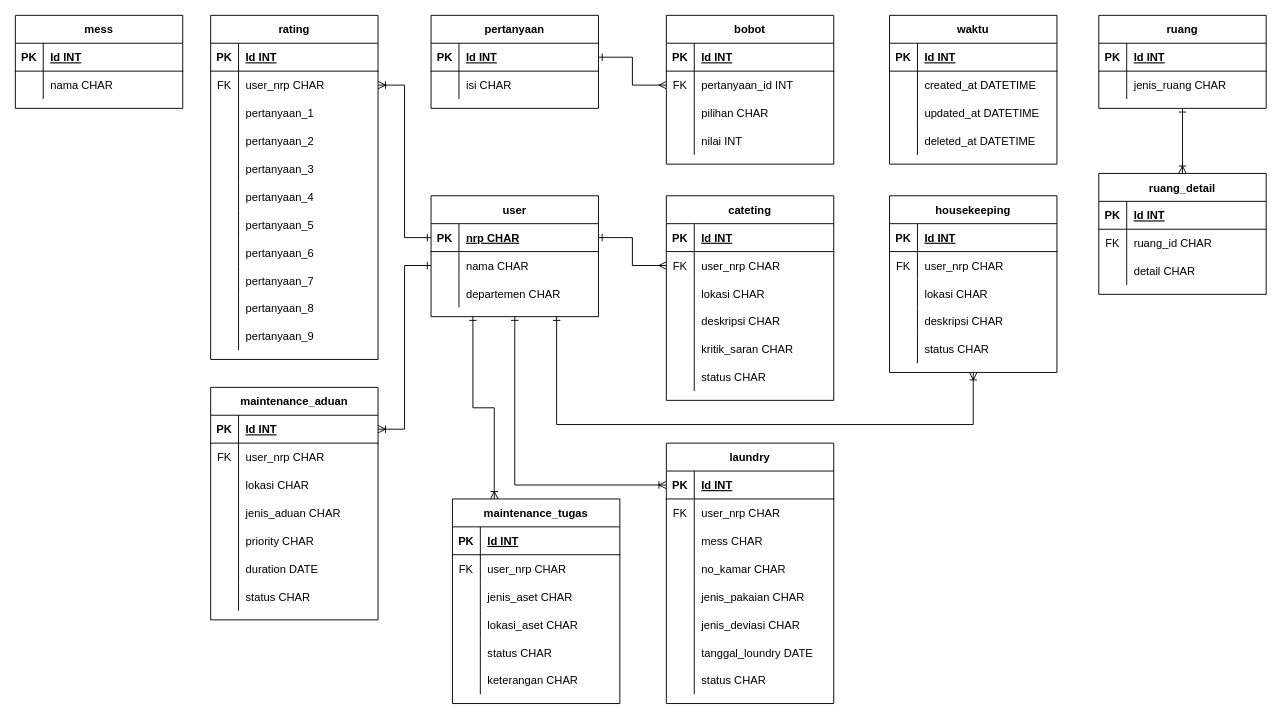
Earlier version of the draw.io diagram asa-project.drawio (kzen31/diagram). Source tidied: cells renumbered, new cells numbered last; positions are measured from the earlier drawing's top-left corner, leaving out a move shared by most shapes. Both pictures are drawn from the tidied source at 93%, with x=0, y=0 at pixel (15, 15).
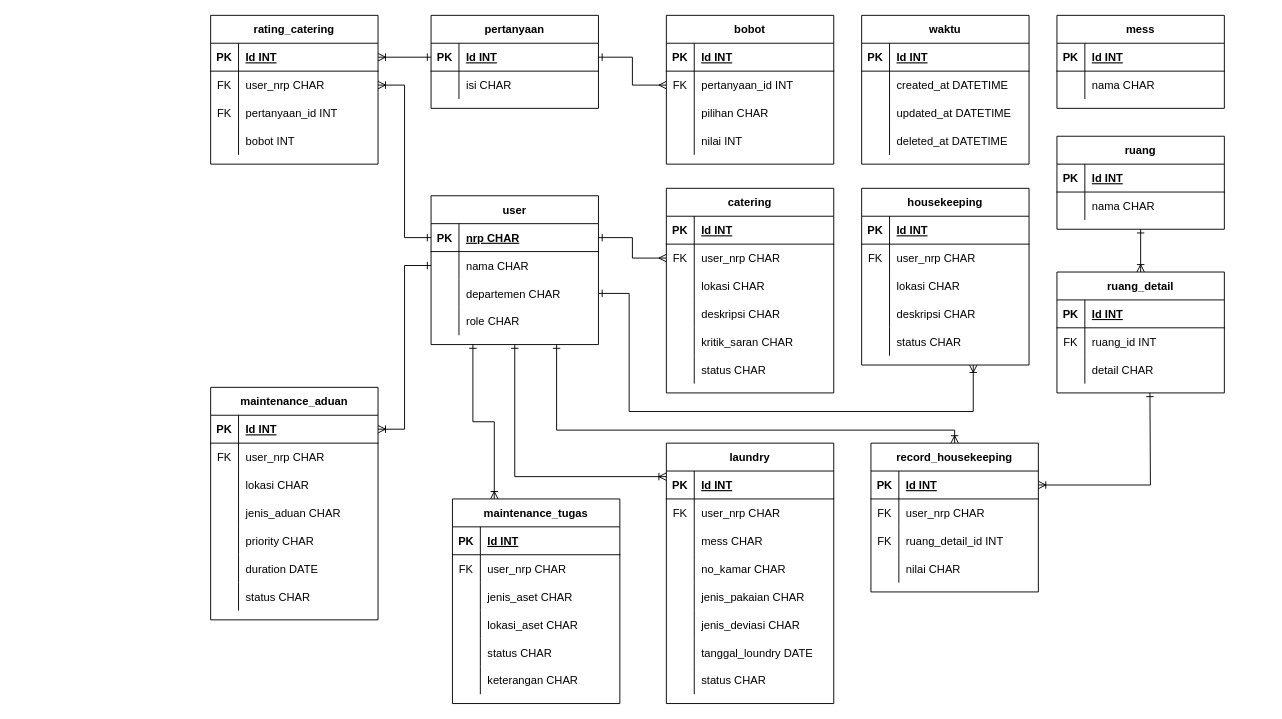
After the change.

The change refers to these unchanged cells:
```xml
<mxCell id="3" style="shape=tableRow;horizontal=0;startSize=0;swimlaneHead=0;swimlaneBody=0;fillColor=none;points=[[0,0.5],[1,0.5]];portConstraint=eastwest;top=0;left=0;right=0;bottom=1;" parent="2" vertex="1">
  <mxGeometry y="30" width="180" height="30" as="geometry" />
</mxCell>
<mxCell id="30" style="shape=tableRow;horizontal=0;startSize=0;swimlaneHead=0;swimlaneBody=0;fillColor=none;points=[[0,0.5],[1,0.5]];portConstraint=eastwest;top=0;left=0;right=0;bottom=0;" parent="23" vertex="1">
  <mxGeometry y="90" width="180" height="30" as="geometry" />
</mxCell>
<mxCell id="84" style="shape=tableRow;horizontal=0;startSize=0;swimlaneHead=0;swimlaneBody=0;fillColor=none;points=[[0,0.5],[1,0.5]];portConstraint=eastwest;top=0;left=0;right=0;bottom=1;" parent="83" vertex="1">
  <mxGeometry y="30" width="180" height="30" as="geometry" />
</mxCell>
<mxCell id="90" style="shape=tableRow;horizontal=0;startSize=0;swimlaneHead=0;swimlaneBody=0;fillColor=none;top=0;left=0;right=0;bottom=0;" parent="83" vertex="1">
  <mxGeometry y="90" width="180" height="30" as="geometry" />
</mxCell>
<mxCell id="93" style="shape=tableRow;horizontal=0;startSize=0;swimlaneHead=0;swimlaneBody=0;fillColor=none;top=0;left=0;right=0;bottom=0;" parent="83" vertex="1">
  <mxGeometry y="120" width="180" height="30" as="geometry" />
</mxCell>
<mxCell id="119" style="shape=tableRow;horizontal=0;startSize=0;swimlaneHead=0;swimlaneBody=0;fillColor=none;points=[[0,0.5],[1,0.5]];portConstraint=eastwest;top=0;left=0;right=0;bottom=1;" parent="118" vertex="1">
  <mxGeometry y="30" width="180" height="30" as="geometry" />
</mxCell>
<mxCell id="198" style="shape=tableRow;horizontal=0;startSize=0;swimlaneHead=0;swimlaneBody=0;fillColor=none;top=0;left=0;right=0;bottom=0;" parent="194" vertex="1">
  <mxGeometry y="60" width="180" height="30" as="geometry" />
</mxCell>
<mxCell id="206" style="shape=tableRow;horizontal=0;startSize=0;swimlaneHead=0;swimlaneBody=0;fillColor=none;top=0;left=0;right=0;bottom=0;" parent="202" vertex="1">
  <mxGeometry y="60" width="180" height="30" as="geometry" />
</mxCell>
```

What changed in the source:
```diff
@@
     <mxCell id="23" value="user" style="shape=table;startSize=30;childLayout=tableLayout;rowLines=0;fontStyle=1;align=center;" parent="1" vertex="1">
-      <mxGeometry x="447" y="194" width="180" height="130" as="geometry" />
+      <mxGeometry x="447" y="194" width="180" height="160" as="geometry" />
     </mxCell>
@@
+    <mxCell id="212" style="shape=tableRow;horizontal=0;startSize=0;swimlaneHead=0;swimlaneBody=0;fillColor=none;top=0;left=0;right=0;bottom=0;" parent="23" vertex="1">
+      <mxGeometry y="120" width="180" height="30" as="geometry" />
+    </mxCell>
+    <mxCell id="213" style="shape=partialRectangle;fillColor=none;top=0;left=0;bottom=0;right=0;overflow=hidden;" parent="212" vertex="1">
+      <mxGeometry width="30" height="30" as="geometry" />
+    </mxCell>
+    <mxCell id="214" value="role CHAR" style="shape=partialRectangle;fillColor=none;top=0;left=0;bottom=0;right=0;align=left;spacingLeft=6;overflow=hidden;" parent="212" vertex="1">
+      <mxGeometry x="30" width="150" height="30" as="geometry" />
+    </mxCell>
-    <mxCell id="33" value="cateting" style="shape=table;startSize=30;childLayout=tableLayout;rowLines=0;fontStyle=1;align=center;" parent="1" vertex="1">
-      <mxGeometry x="700" y="194" width="180" height="220" as="geometry" />
+    <mxCell id="33" value="catering" style="shape=table;startSize=30;childLayout=tableLayout;rowLines=0;fontStyle=1;align=center;" parent="1" vertex="1">
+      <mxGeometry x="700" y="186" width="180" height="220" as="geometry" />
     </mxCell>
@@
     <mxCell id="53" value="waktu" style="shape=table;startSize=30;childLayout=tableLayout;rowLines=0;fontStyle=1;align=center;" parent="1" vertex="1">
-      <mxGeometry x="940" width="180" height="160" as="geometry" />
+      <mxGeometry x="910" width="180" height="160" as="geometry" />
     </mxCell>
@@
-    <mxCell id="66" style="edgeStyle=orthogonalEdgeStyle;rounded=0;jettySize=auto;html=1;entryX=0.75;entryY=1;entryDx=0;entryDy=0;startArrow=ERoneToMany;startFill=0;endArrow=ERone;endFill=0;" parent="1" edge="1" source="67" target="23">
+    <mxCell id="66" style="edgeStyle=orthogonalEdgeStyle;rounded=0;jettySize=auto;html=1;entryX=1;entryY=0.5;entryDx=0;entryDy=0;startArrow=ERoneToMany;startFill=0;endArrow=ERone;endFill=0;" parent="1" edge="1" source="67" target="30">
       <mxGeometry relative="1" as="geometry">
         <Array as="points">
-          <mxPoint x="1030" y="440" />
-          <mxPoint x="582" y="440" />
+          <mxPoint x="1030" y="426" />
+          <mxPoint x="660" y="426" />
+          <mxPoint x="660" y="299" />
         </Array>
       </mxGeometry>
     </mxCell>
     <mxCell id="67" value="housekeeping" style="shape=table;startSize=30;childLayout=tableLayout;rowLines=0;fontStyle=1;align=center;" parent="1" vertex="1">
-      <mxGeometry x="940" y="194" width="180" height="190" as="geometry" />
+      <mxGeometry x="910" y="186" width="180" height="190" as="geometry" />
     </mxCell>
@@
-    <mxCell id="83" value="rating" style="shape=table;startSize=30;childLayout=tableLayout;rowLines=0;fontStyle=1;align=center;" parent="1" vertex="1">
-      <mxGeometry x="210" width="180" height="370" as="geometry" />
+    <mxCell id="83" value="rating_catering" style="shape=table;startSize=30;childLayout=tableLayout;rowLines=0;fontStyle=1;align=center;" parent="1" vertex="1">
+      <mxGeometry x="210" width="180" height="160" as="geometry" />
     </mxCell>
@@
-    <mxCell id="91" style="shape=partialRectangle;fillColor=none;top=0;left=0;bottom=0;right=0;overflow=hidden;" parent="90" vertex="1">
+    <mxCell id="91" value="FK" style="shape=partialRectangle;fillColor=none;top=0;left=0;bottom=0;right=0;overflow=hidden;" parent="90" vertex="1">
       <mxGeometry width="30" height="30" as="geometry" />
     </mxCell>
-    <mxCell id="92" value="pertanyaan_1" style="shape=partialRectangle;fillColor=none;top=0;left=0;bottom=0;right=0;align=left;spacingLeft=6;overflow=hidden;" parent="90" vertex="1">
+    <mxCell id="92" value="pertanyaan_id INT" style="shape=partialRectangle;fillColor=none;top=0;left=0;bottom=0;right=0;align=left;spacingLeft=6;overflow=hidden;" parent="90" vertex="1">
       <mxGeometry x="30" width="150" height="30" as="geometry" />
     </mxCell>
@@
-    <mxCell id="95" value="pertanyaan_2" style="shape=partialRectangle;fillColor=none;top=0;left=0;bottom=0;right=0;align=left;spacingLeft=6;overflow=hidden;" parent="93" vertex="1">
+    <mxCell id="95" value="bobot INT" style="shape=partialRectangle;fillColor=none;top=0;left=0;bottom=0;right=0;align=left;spacingLeft=6;overflow=hidden;" parent="93" vertex="1">
       <mxGeometry x="30" width="150" height="30" as="geometry" />
     </mxCell>
-    <mxCell id="96" style="shape=tableRow;horizontal=0;startSize=0;swimlaneHead=0;swimlaneBody=0;fillColor=none;top=0;left=0;right=0;bottom=0;" parent="83" vertex="1">
-      <mxGeometry y="150" width="180" height="30" as="geometry" />
-    </mxCell>
-    <mxCell id="97" style="shape=partialRectangle;fillColor=none;top=0;left=0;bottom=0;right=0;overflow=hidden;" parent="96" vertex="1">
-      <mxGeometry width="30" height="30" as="geometry" />
-    </mxCell>
-    <mxCell id="98" value="pertanyaan_3" style="shape=partialRectangle;fillColor=none;top=0;left=0;bottom=0;right=0;align=left;spacingLeft=6;overflow=hidden;" parent="96" vertex="1">
-      <mxGeometry x="30" width="150" height="30" as="geometry" />
-    </mxCell>
-    <mxCell id="99" style="shape=tableRow;horizontal=0;startSize=0;swimlaneHead=0;swimlaneBody=0;fillColor=none;top=0;left=0;right=0;bottom=0;" parent="83" vertex="1">
-      <mxGeometry y="180" width="180" height="30" as="geometry" />
-    </mxCell>
-    <mxCell id="100" style="shape=partialRectangle;fillColor=none;top=0;left=0;bottom=0;right=0;overflow=hidden;" parent="99" vertex="1">
-      <mxGeometry width="30" height="30" as="geometry" />
-    </mxCell>
-    <mxCell id="101" value="pertanyaan_4" style="shape=partialRectangle;fillColor=none;top=0;left=0;bottom=0;right=0;align=left;spacingLeft=6;overflow=hidden;" parent="99" vertex="1">
-      <mxGeometry x="30" width="150" height="30" as="geometry" />
-    </mxCell>
-    <mxCell id="102" style="shape=tableRow;horizontal=0;startSize=0;swimlaneHead=0;swimlaneBody=0;fillColor=none;top=0;left=0;right=0;bottom=0;" parent="83" vertex="1">
-      <mxGeometry y="210" width="180" height="30" as="geometry" />
-    </mxCell>
-    <mxCell id="103" style="shape=partialRectangle;fillColor=none;top=0;left=0;bottom=0;right=0;overflow=hidden;" parent="102" vertex="1">
-      <mxGeometry width="30" height="30" as="geometry" />
-    </mxCell>
-    <mxCell id="104" value="pertanyaan_5" style="shape=partialRectangle;fillColor=none;top=0;left=0;bottom=0;right=0;align=left;spacingLeft=6;overflow=hidden;" parent="102" vertex="1">
-      <mxGeometry x="30" width="150" height="30" as="geometry" />
-    </mxCell>
-    <mxCell id="105" style="shape=tableRow;horizontal=0;startSize=0;swimlaneHead=0;swimlaneBody=0;fillColor=none;top=0;left=0;right=0;bottom=0;" parent="83" vertex="1">
-      <mxGeometry y="240" width="180" height="30" as="geometry" />
-    </mxCell>
-    <mxCell id="106" style="shape=partialRectangle;fillColor=none;top=0;left=0;bottom=0;right=0;overflow=hidden;" parent="105" vertex="1">
-      <mxGeometry width="30" height="30" as="geometry" />
-    </mxCell>
-    <mxCell id="107" value="pertanyaan_6" style="shape=partialRectangle;fillColor=none;top=0;left=0;bottom=0;right=0;align=left;spacingLeft=6;overflow=hidden;" parent="105" vertex="1">
-      <mxGeometry x="30" width="150" height="30" as="geometry" />
-    </mxCell>
-    <mxCell id="108" style="shape=tableRow;horizontal=0;startSize=0;swimlaneHead=0;swimlaneBody=0;fillColor=none;top=0;left=0;right=0;bottom=0;" parent="83" vertex="1">
-      <mxGeometry y="270" width="180" height="30" as="geometry" />
-    </mxCell>
-    <mxCell id="109" style="shape=partialRectangle;fillColor=none;top=0;left=0;bottom=0;right=0;overflow=hidden;" parent="108" vertex="1">
-      <mxGeometry width="30" height="30" as="geometry" />
-    </mxCell>
-    <mxCell id="110" value="pertanyaan_7" style="shape=partialRectangle;fillColor=none;top=0;left=0;bottom=0;right=0;align=left;spacingLeft=6;overflow=hidden;" parent="108" vertex="1">
-      <mxGeometry x="30" width="150" height="30" as="geometry" />
-    </mxCell>
-    <mxCell id="111" style="shape=tableRow;horizontal=0;startSize=0;swimlaneHead=0;swimlaneBody=0;fillColor=none;top=0;left=0;right=0;bottom=0;" parent="83" vertex="1">
-      <mxGeometry y="300" width="180" height="30" as="geometry" />
-    </mxCell>
-    <mxCell id="112" style="shape=partialRectangle;fillColor=none;top=0;left=0;bottom=0;right=0;overflow=hidden;" parent="111" vertex="1">
-      <mxGeometry width="30" height="30" as="geometry" />
-    </mxCell>
-    <mxCell id="113" value="pertanyaan_8" style="shape=partialRectangle;fillColor=none;top=0;left=0;bottom=0;right=0;align=left;spacingLeft=6;overflow=hidden;" parent="111" vertex="1">
-      <mxGeometry x="30" width="150" height="30" as="geometry" />
-    </mxCell>
-    <mxCell id="114" style="shape=tableRow;horizontal=0;startSize=0;swimlaneHead=0;swimlaneBody=0;fillColor=none;top=0;left=0;right=0;bottom=0;" parent="83" vertex="1">
-      <mxGeometry y="330" width="180" height="30" as="geometry" />
-    </mxCell>
-    <mxCell id="115" style="shape=partialRectangle;fillColor=none;top=0;left=0;bottom=0;right=0;overflow=hidden;" parent="114" vertex="1">
-      <mxGeometry width="30" height="30" as="geometry" />
-    </mxCell>
-    <mxCell id="116" value="pertanyaan_9" style="shape=partialRectangle;fillColor=none;top=0;left=0;bottom=0;right=0;align=left;spacingLeft=6;overflow=hidden;" parent="114" vertex="1">
-      <mxGeometry x="30" width="150" height="30" as="geometry" />
-    </mxCell>
@@
     <mxCell id="143" style="edgeStyle=orthogonalEdgeStyle;rounded=0;jettySize=auto;html=1;entryX=0.5;entryY=1;entryDx=0;entryDy=0;startArrow=ERoneToMany;startFill=0;endArrow=ERone;endFill=0;" parent="1" edge="1" source="119" target="23">
-      <mxGeometry relative="1" as="geometry" />
+      <mxGeometry relative="1" as="geometry">
+        <Array as="points">
+          <mxPoint x="537" y="496" />
+        </Array>
+      </mxGeometry>
     </mxCell>
@@
     <mxCell id="187" value="mess" style="shape=table;startSize=30;childLayout=tableLayout;rowLines=0;fontStyle=1;align=center;" parent="1" vertex="1">
-      <mxGeometry width="180" height="100" as="geometry" />
+      <mxGeometry x="1120" width="180" height="100" as="geometry" />
     </mxCell>
@@
     <mxCell id="194" value="ruang" style="shape=table;startSize=30;childLayout=tableLayout;rowLines=0;fontStyle=1;align=center;" parent="1" vertex="1">
-      <mxGeometry x="1165" width="180" height="100" as="geometry" />
+      <mxGeometry x="1120" y="130" width="180" height="100" as="geometry" />
     </mxCell>
@@
-    <mxCell id="200" value="jenis_ruang CHAR" style="shape=partialRectangle;fillColor=none;top=0;left=0;bottom=0;right=0;align=left;spacingLeft=6;overflow=hidden;" parent="198" vertex="1">
+    <mxCell id="200" value="nama CHAR" style="shape=partialRectangle;fillColor=none;top=0;left=0;bottom=0;right=0;align=left;spacingLeft=6;overflow=hidden;" parent="198" vertex="1">
       <mxGeometry x="30" width="150" height="30" as="geometry" />
     </mxCell>
@@
     <mxCell id="202" value="ruang_detail" style="shape=table;startSize=30;childLayout=tableLayout;rowLines=0;fontStyle=1;align=center;" parent="1" vertex="1">
-      <mxGeometry x="1165" y="170" width="180" height="130" as="geometry" />
+      <mxGeometry x="1120" y="276" width="180" height="130" as="geometry" />
     </mxCell>
@@
-    <mxCell id="208" value="ruang_id CHAR" style="shape=partialRectangle;fillColor=none;top=0;left=0;bottom=0;right=0;align=left;spacingLeft=6;overflow=hidden;" parent="206" vertex="1">
+    <mxCell id="208" value="ruang_id INT" style="shape=partialRectangle;fillColor=none;top=0;left=0;bottom=0;right=0;align=left;spacingLeft=6;overflow=hidden;" parent="206" vertex="1">
       <mxGeometry x="30" width="150" height="30" as="geometry" />
     </mxCell>
@@
+    <mxCell id="215" style="edgeStyle=orthogonalEdgeStyle;rounded=0;jettySize=auto;html=1;entryX=0.75;entryY=1;entryDx=0;entryDy=0;startArrow=ERoneToMany;startFill=0;endArrow=ERone;endFill=0;" parent="1" edge="1" source="216" target="23">
+      <mxGeometry relative="1" as="geometry">
+        <Array as="points">
+          <mxPoint x="1010" y="446" />
+          <mxPoint x="582" y="446" />
+        </Array>
+      </mxGeometry>
+    </mxCell>
+    <mxCell id="216" value="record_housekeeping" style="shape=table;startSize=30;childLayout=tableLayout;rowLines=0;fontStyle=1;align=center;" parent="1" vertex="1">
+      <mxGeometry x="920" y="460" width="180" height="160" as="geometry" />
+    </mxCell>
+    <mxCell id="217" style="shape=tableRow;horizontal=0;startSize=0;swimlaneHead=0;swimlaneBody=0;fillColor=none;points=[[0,0.5],[1,0.5]];portConstraint=eastwest;top=0;left=0;right=0;bottom=1;" parent="216" vertex="1">
+      <mxGeometry y="30" width="180" height="30" as="geometry" />
+    </mxCell>
+    <mxCell id="218" value="PK" style="shape=partialRectangle;fillColor=none;top=0;left=0;bottom=0;right=0;fontStyle=1;overflow=hidden;" parent="217" vertex="1">
+      <mxGeometry width="30" height="30" as="geometry" />
+    </mxCell>
+    <mxCell id="219" value="Id INT" style="shape=partialRectangle;fillColor=none;top=0;left=0;bottom=0;right=0;align=left;spacingLeft=6;fontStyle=5;overflow=hidden;" parent="217" vertex="1">
+      <mxGeometry x="30" width="150" height="30" as="geometry" />
+    </mxCell>
+    <mxCell id="220" style="shape=tableRow;horizontal=0;startSize=0;swimlaneHead=0;swimlaneBody=0;fillColor=none;top=0;left=0;right=0;bottom=0;" parent="216" vertex="1">
+      <mxGeometry y="60" width="180" height="30" as="geometry" />
+    </mxCell>
+    <mxCell id="221" value="FK" style="shape=partialRectangle;fillColor=none;top=0;left=0;bottom=0;right=0;overflow=hidden;" parent="220" vertex="1">
+      <mxGeometry width="30" height="30" as="geometry" />
+    </mxCell>
+    <mxCell id="222" value="user_nrp CHAR" style="shape=partialRectangle;fillColor=none;top=0;left=0;bottom=0;right=0;align=left;spacingLeft=6;overflow=hidden;" parent="220" vertex="1">
+      <mxGeometry x="30" width="150" height="30" as="geometry" />
+    </mxCell>
+    <mxCell id="223" style="shape=tableRow;horizontal=0;startSize=0;swimlaneHead=0;swimlaneBody=0;fillColor=none;top=0;left=0;right=0;bottom=0;" parent="216" vertex="1">
+      <mxGeometry y="90" width="180" height="30" as="geometry" />
+    </mxCell>
+    <mxCell id="224" value="FK" style="shape=partialRectangle;fillColor=none;top=0;left=0;bottom=0;right=0;overflow=hidden;" parent="223" vertex="1">
+      <mxGeometry width="30" height="30" as="geometry" />
+    </mxCell>
+    <mxCell id="225" value="ruang_detail_id INT" style="shape=partialRectangle;fillColor=none;top=0;left=0;bottom=0;right=0;align=left;spacingLeft=6;overflow=hidden;" parent="223" vertex="1">
+      <mxGeometry x="30" width="150" height="30" as="geometry" />
+    </mxCell>
+    <mxCell id="226" style="shape=tableRow;horizontal=0;startSize=0;swimlaneHead=0;swimlaneBody=0;fillColor=none;top=0;left=0;right=0;bottom=0;" parent="216" vertex="1">
+      <mxGeometry y="120" width="180" height="30" as="geometry" />
+    </mxCell>
+    <mxCell id="227" style="shape=partialRectangle;fillColor=none;top=0;left=0;bottom=0;right=0;overflow=hidden;" parent="226" vertex="1">
+      <mxGeometry width="30" height="30" as="geometry" />
+    </mxCell>
+    <mxCell id="228" value="nilai CHAR" style="shape=partialRectangle;fillColor=none;top=0;left=0;bottom=0;right=0;align=left;spacingLeft=6;overflow=hidden;" parent="226" vertex="1">
+      <mxGeometry x="30" width="150" height="30" as="geometry" />
+    </mxCell>
+    <mxCell id="229" style="edgeStyle=orthogonalEdgeStyle;rounded=0;jettySize=auto;html=1;exitX=1;exitY=0.5;exitDx=0;exitDy=0;startArrow=ERoneToMany;startFill=0;endArrow=ERone;endFill=0;" parent="1" edge="1" source="217">
+      <mxGeometry relative="1" as="geometry">
+        <mxPoint x="1220" y="406" as="targetPoint" />
+      </mxGeometry>
+    </mxCell>
+    <mxCell id="230" style="edgeStyle=orthogonalEdgeStyle;rounded=0;jettySize=auto;html=1;entryX=0;entryY=0.5;entryDx=0;entryDy=0;startArrow=ERoneToMany;startFill=0;endArrow=ERone;endFill=0;" parent="1" edge="1" source="84" target="3">
+      <mxGeometry relative="1" as="geometry" />
+    </mxCell>
```
